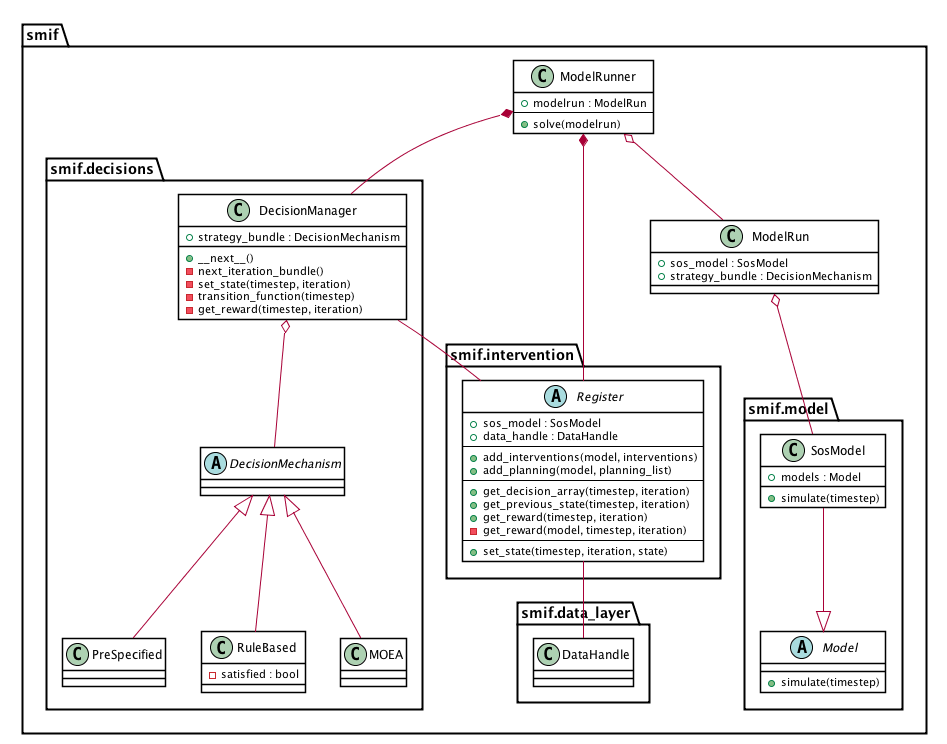
Before: docs/uml/intervention.png, a diagram exported from PlantUML (nismod/smif). Its diagram source:
```plantuml
@startuml
skinparam {
  shadowing false
  classBackgroundColor white
  classBorderColor black
  noteBackgroundColor white
  noteBorderColor #222
}

package smif {
    class ModelRunner {
        + modelrun : ModelRun
        --
        + solve(modelrun)
    }
    class ModelRun {
      + sos_model : SosModel
      + strategy_bundle : DecisionMechanism
    }

package smif.model {

    abstract class Model {
    + simulate(timestep)
    }

    class SosModel {
    + models : Model
    + simulate(timestep)
    }

    SosModel --|> Model

}



package smif.intervention {
  abstract class Register {
    + sos_model : SosModel
    + data_handle : DataHandle
    --
    + add_interventions(model, interventions)
    + add_planning(model, planning_list)
    --
    + get_decision_array(timestep, iteration)
    + get_previous_state(timestep, iteration)
    + get_reward(timestep, iteration)
    - get_reward(model, timestep, iteration)
    --
    + set_state(timestep, iteration, state)
  }

}

package smif.decisions {
  class DecisionManager {
    + strategy_bundle : DecisionMechanism
    + __next__()
    - next_iteration_bundle()
    - set_state(timestep, iteration)
    - transition_function(timestep)
    - get_reward(timestep, iteration)
  }

  abstract class DecisionMechanism {

  }

  class RuleBased {
      - satisfied : bool

  }

  class MOEA {

  }

  DecisionMechanism <|-- PreSpecified
  DecisionMechanism <|-- RuleBased
  DecisionMechanism <|-- MOEA

}

package smif.data_layer {
    class DataHandle {

    }
}

ModelRunner *-- DecisionManager
ModelRunner *-- Register
DecisionManager o-- DecisionMechanism
DecisionManager -- Register

ModelRunner o-- ModelRun
ModelRun o-- SosModel

Register -- DataHandle

}

@enduml
```
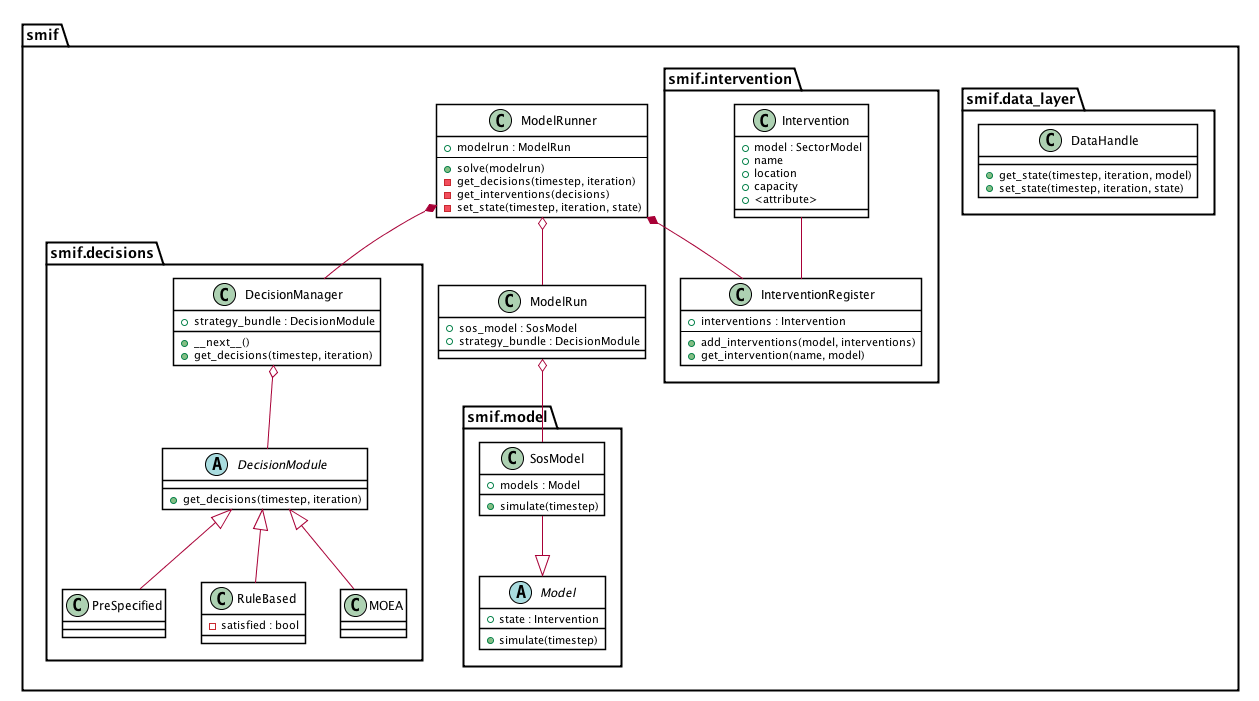
The same file after the commit.

Commit message:
Updated interventions uml diagram to reflect planned changes

Diff of the diagram source:
```diff
@@ -12,15 +12,19 @@
         + modelrun : ModelRun
         --
         + solve(modelrun)
+        - get_decisions(timestep, iteration)
+        - get_interventions(decisions)
+        - set_state(timestep, iteration, state)
     }
     class ModelRun {
       + sos_model : SosModel
-      + strategy_bundle : DecisionMechanism
+      + strategy_bundle : DecisionModule
     }
 
 package smif.model {
 
     abstract class Model {
+    + state : Intervention
     + simulate(timestep)
     }
 
@@ -36,35 +40,35 @@
 
 
 package smif.intervention {
-  abstract class Register {
-    + sos_model : SosModel
-    + data_handle : DataHandle
+
+  class Intervention {
+    + model : SectorModel
+    + name
+    + location
+    + capacity
+    + <attribute>
+  }
+
+  class InterventionRegister {
+    + interventions : Intervention
     --
     + add_interventions(model, interventions)
-    + add_planning(model, planning_list)
-    --
-    + get_decision_array(timestep, iteration)
-    + get_previous_state(timestep, iteration)
-    + get_reward(timestep, iteration)
-    - get_reward(model, timestep, iteration)
-    --
-    + set_state(timestep, iteration, state)
+    + get_intervention(name, model)
   }
+
+  Intervention -- InterventionRegister
 
 }
 
 package smif.decisions {
   class DecisionManager {
-    + strategy_bundle : DecisionMechanism
+    + strategy_bundle : DecisionModule
     + __next__()
-    - next_iteration_bundle()
-    - set_state(timestep, iteration)
-    - transition_function(timestep)
-    - get_reward(timestep, iteration)
+    + get_decisions(timestep, iteration)
   }
 
-  abstract class DecisionMechanism {
-
+  abstract class DecisionModule {
+    + get_decisions(timestep, iteration)
   }
 
   class RuleBased {
@@ -76,28 +80,26 @@
 
   }
 
-  DecisionMechanism <|-- PreSpecified
-  DecisionMechanism <|-- RuleBased
-  DecisionMechanism <|-- MOEA
+  DecisionModule <|-- PreSpecified
+  DecisionModule <|-- RuleBased
+  DecisionModule <|-- MOEA
 
 }
 
 package smif.data_layer {
     class DataHandle {
-
+      + get_state(timestep, iteration, model)
+      + set_state(timestep, iteration, state)
     }
 }
 
 ModelRunner *-- DecisionManager
-ModelRunner *-- Register
-DecisionManager o-- DecisionMechanism
-DecisionManager -- Register
+ModelRunner *-- InterventionRegister
+DecisionManager o-- DecisionModule
 
 ModelRunner o-- ModelRun
 ModelRun o-- SosModel
 
-Register -- DataHandle
-
 }
 
 @enduml
```
